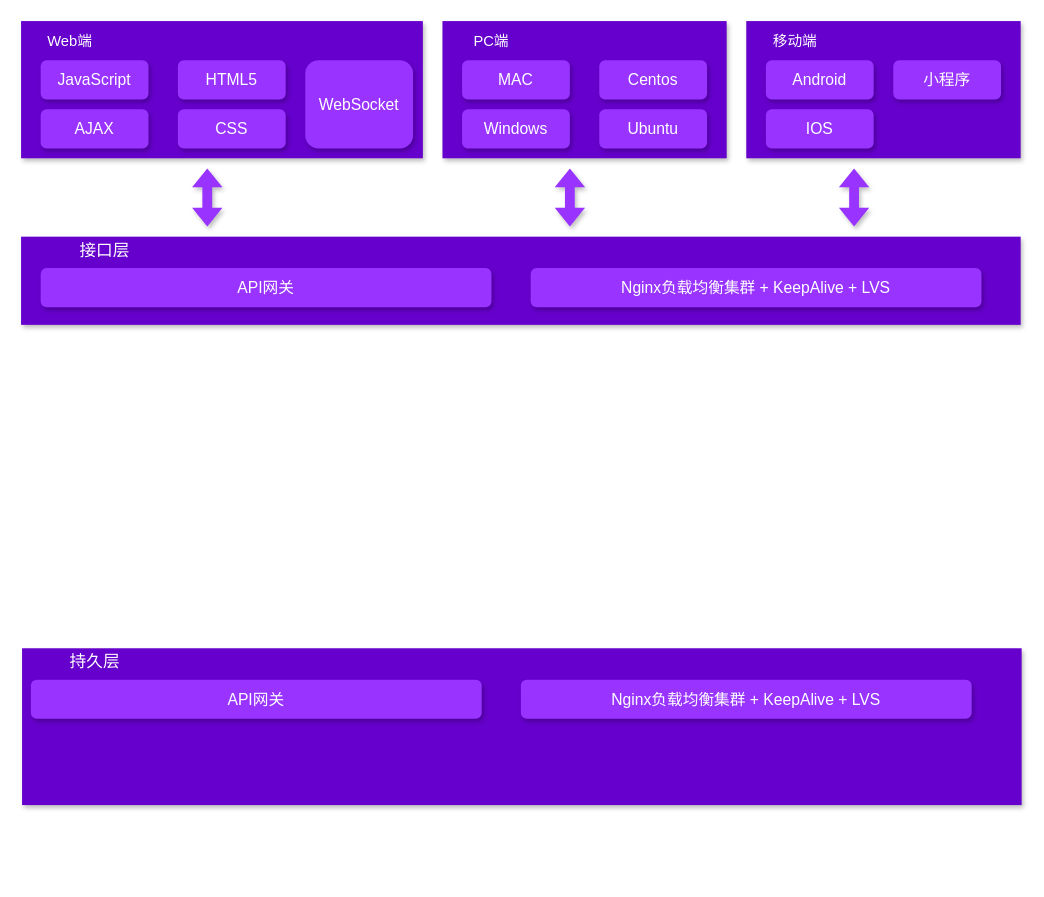
Earlier version of the draw.io diagram zhihuimingsheng_framework.drawio (cjaack2/Images_Repository). Source tidied: cells renumbered, new cells numbered last; positions are measured from the earlier drawing's top-left corner, leaving out a move shared by most shapes. Both pictures are drawn from the tidied source at 98%, with x=0, y=0 at pixel (21, 21).
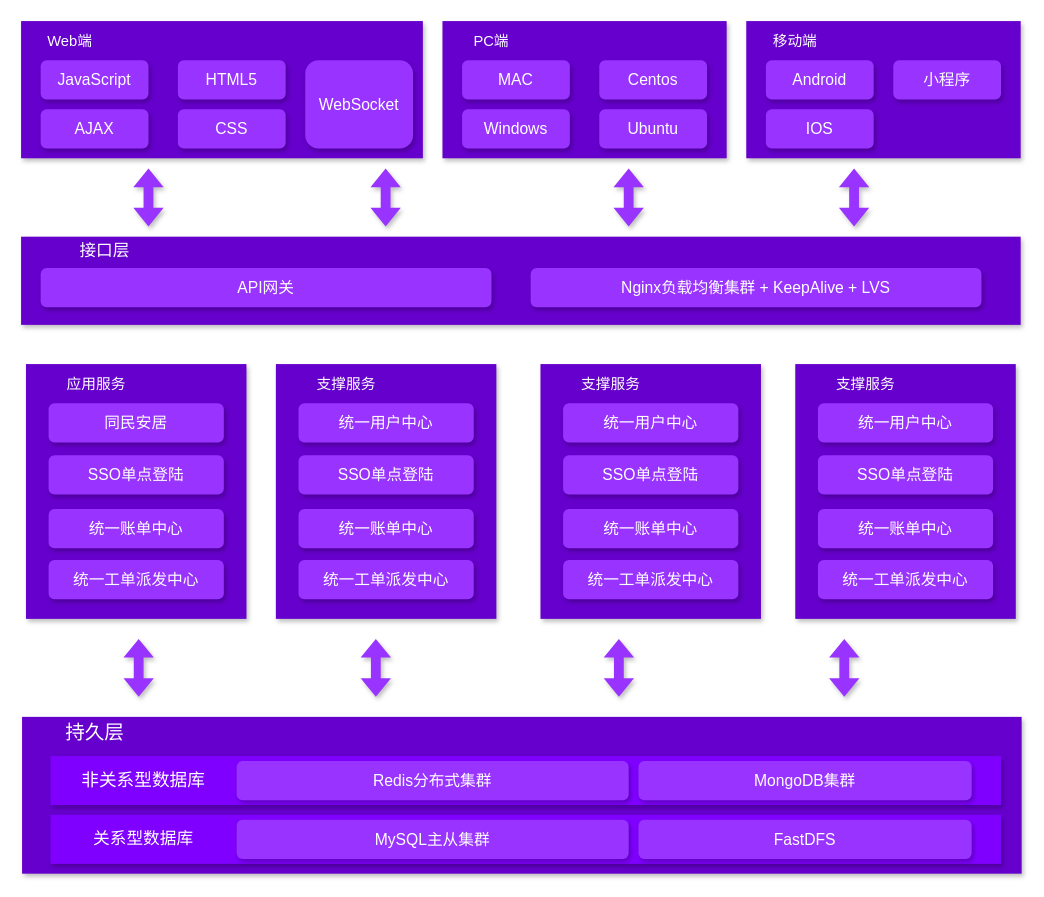
The same diagram, later.

Change to the diagram source:
```diff
@@
+    <mxCell id="34" style="group;" parent="1" vertex="1">
+      <mxGeometry x="5" y="350" width="225" height="260" as="geometry" />
+    </mxCell>
+    <mxCell id="35" style="rounded=0;whiteSpace=wrap;html=1;strokeColor=none;fillColor=#6600CC;shadow=1;glass=0;" parent="34" vertex="1">
+      <mxGeometry width="225" height="260" as="geometry" />
+    </mxCell>
+    <mxCell id="36" value="&lt;font style=&quot;font-size: 15px&quot; color=&quot;#ffffff&quot;&gt;应用服务&lt;/font&gt;" style="text;html=1;strokeColor=none;fillColor=none;align=center;verticalAlign=middle;whiteSpace=wrap;rounded=0;" parent="34" vertex="1">
+      <mxGeometry x="23.1" y="10" width="98.1" height="20" as="geometry" />
+    </mxCell>
+    <mxCell id="37" value="&lt;font color=&quot;#ffffff&quot;&gt;&lt;span style=&quot;font-size: 16px&quot;&gt;同民安居&lt;/span&gt;&lt;/font&gt;" style="rounded=1;whiteSpace=wrap;html=1;fillColor=#9933FF;strokeColor=none;shadow=1;" parent="34" vertex="1">
+      <mxGeometry x="23.1" y="40" width="178.8" height="40" as="geometry" />
+    </mxCell>
+    <mxCell id="38" value="&lt;font style=&quot;font-size: 16px&quot; color=&quot;#ffffff&quot;&gt;SSO单点登陆&lt;/font&gt;" style="rounded=1;whiteSpace=wrap;html=1;fillColor=#9933FF;strokeColor=none;shadow=1;" parent="34" vertex="1">
+      <mxGeometry x="23.1" y="93" width="178.8" height="40" as="geometry" />
+    </mxCell>
+    <mxCell id="39" value="&lt;font color=&quot;#ffffff&quot;&gt;&lt;span style=&quot;font-size: 16px&quot;&gt;统一账单中心&lt;/span&gt;&lt;/font&gt;" style="rounded=1;whiteSpace=wrap;html=1;fillColor=#9933FF;strokeColor=none;shadow=1;" parent="34" vertex="1">
+      <mxGeometry x="23.1" y="148" width="178.8" height="40" as="geometry" />
+    </mxCell>
+    <mxCell id="40" value="&lt;font style=&quot;font-size: 16px&quot; color=&quot;#ffffff&quot;&gt;统一工单派发中心&lt;/font&gt;" style="rounded=1;whiteSpace=wrap;html=1;fillColor=#9933FF;strokeColor=none;shadow=1;" parent="34" vertex="1">
+      <mxGeometry x="23.1" y="200" width="178.8" height="40" as="geometry" />
+    </mxCell>
+    <mxCell id="41" style="group;" parent="1" vertex="1">
+      <mxGeometry x="260" y="350" width="225" height="260" as="geometry" />
+    </mxCell>
+    <mxCell id="42" style="rounded=0;whiteSpace=wrap;html=1;strokeColor=none;fillColor=#6600CC;shadow=1;glass=0;" parent="41" vertex="1">
+      <mxGeometry width="225" height="260" as="geometry" />
+    </mxCell>
+    <mxCell id="43" value="&lt;font style=&quot;font-size: 15px&quot; color=&quot;#ffffff&quot;&gt;支撑服务&lt;/font&gt;" style="text;html=1;strokeColor=none;fillColor=none;align=center;verticalAlign=middle;whiteSpace=wrap;rounded=0;" parent="41" vertex="1">
+      <mxGeometry x="23.1" y="10" width="98.1" height="20" as="geometry" />
+    </mxCell>
+    <mxCell id="44" value="&lt;font style=&quot;font-size: 16px&quot; color=&quot;#ffffff&quot;&gt;统一用户中心&lt;/font&gt;" style="rounded=1;whiteSpace=wrap;html=1;fillColor=#9933FF;strokeColor=none;shadow=1;" parent="41" vertex="1">
+      <mxGeometry x="23.1" y="40" width="178.8" height="40" as="geometry" />
+    </mxCell>
+    <mxCell id="45" value="&lt;font style=&quot;font-size: 16px&quot; color=&quot;#ffffff&quot;&gt;SSO单点登陆&lt;/font&gt;" style="rounded=1;whiteSpace=wrap;html=1;fillColor=#9933FF;strokeColor=none;shadow=1;" parent="41" vertex="1">
+      <mxGeometry x="23.1" y="93" width="178.8" height="40" as="geometry" />
+    </mxCell>
+    <mxCell id="46" value="&lt;font color=&quot;#ffffff&quot;&gt;&lt;span style=&quot;font-size: 16px&quot;&gt;统一账单中心&lt;/span&gt;&lt;/font&gt;" style="rounded=1;whiteSpace=wrap;html=1;fillColor=#9933FF;strokeColor=none;shadow=1;" parent="41" vertex="1">
+      <mxGeometry x="23.1" y="148" width="178.8" height="40" as="geometry" />
+    </mxCell>
+    <mxCell id="47" value="&lt;font style=&quot;font-size: 16px&quot; color=&quot;#ffffff&quot;&gt;统一工单派发中心&lt;/font&gt;" style="rounded=1;whiteSpace=wrap;html=1;fillColor=#9933FF;strokeColor=none;shadow=1;" parent="41" vertex="1">
+      <mxGeometry x="23.1" y="200" width="178.8" height="40" as="geometry" />
+    </mxCell>
+    <mxCell id="48" style="group;" parent="1" vertex="1">
+      <mxGeometry x="530" y="350" width="225" height="260" as="geometry" />
+    </mxCell>
+    <mxCell id="49" style="rounded=0;whiteSpace=wrap;html=1;strokeColor=none;fillColor=#6600CC;shadow=1;glass=0;" parent="48" vertex="1">
+      <mxGeometry width="225" height="260" as="geometry" />
+    </mxCell>
+    <mxCell id="50" value="&lt;font style=&quot;font-size: 15px&quot; color=&quot;#ffffff&quot;&gt;支撑服务&lt;/font&gt;" style="text;html=1;strokeColor=none;fillColor=none;align=center;verticalAlign=middle;whiteSpace=wrap;rounded=0;" parent="48" vertex="1">
+      <mxGeometry x="23.1" y="10" width="98.1" height="20" as="geometry" />
+    </mxCell>
+    <mxCell id="51" value="&lt;font style=&quot;font-size: 16px&quot; color=&quot;#ffffff&quot;&gt;统一用户中心&lt;/font&gt;" style="rounded=1;whiteSpace=wrap;html=1;fillColor=#9933FF;strokeColor=none;shadow=1;" parent="48" vertex="1">
+      <mxGeometry x="23.1" y="40" width="178.8" height="40" as="geometry" />
+    </mxCell>
+    <mxCell id="52" value="&lt;font style=&quot;font-size: 16px&quot; color=&quot;#ffffff&quot;&gt;SSO单点登陆&lt;/font&gt;" style="rounded=1;whiteSpace=wrap;html=1;fillColor=#9933FF;strokeColor=none;shadow=1;" parent="48" vertex="1">
+      <mxGeometry x="23.1" y="93" width="178.8" height="40" as="geometry" />
+    </mxCell>
+    <mxCell id="53" value="&lt;font color=&quot;#ffffff&quot;&gt;&lt;span style=&quot;font-size: 16px&quot;&gt;统一账单中心&lt;/span&gt;&lt;/font&gt;" style="rounded=1;whiteSpace=wrap;html=1;fillColor=#9933FF;strokeColor=none;shadow=1;" parent="48" vertex="1">
+      <mxGeometry x="23.1" y="148" width="178.8" height="40" as="geometry" />
+    </mxCell>
+    <mxCell id="54" value="&lt;font style=&quot;font-size: 16px&quot; color=&quot;#ffffff&quot;&gt;统一工单派发中心&lt;/font&gt;" style="rounded=1;whiteSpace=wrap;html=1;fillColor=#9933FF;strokeColor=none;shadow=1;" parent="48" vertex="1">
+      <mxGeometry x="23.1" y="200" width="178.8" height="40" as="geometry" />
+    </mxCell>
+    <mxCell id="55" style="group;" parent="1" vertex="1">
+      <mxGeometry x="790" y="350" width="225" height="260" as="geometry" />
+    </mxCell>
+    <mxCell id="56" style="rounded=0;whiteSpace=wrap;html=1;strokeColor=none;fillColor=#6600CC;shadow=1;glass=0;" parent="55" vertex="1">
+      <mxGeometry width="225" height="260" as="geometry" />
+    </mxCell>
+    <mxCell id="57" value="&lt;font style=&quot;font-size: 15px&quot; color=&quot;#ffffff&quot;&gt;支撑服务&lt;/font&gt;" style="text;html=1;strokeColor=none;fillColor=none;align=center;verticalAlign=middle;whiteSpace=wrap;rounded=0;" parent="55" vertex="1">
+      <mxGeometry x="23.1" y="10" width="98.1" height="20" as="geometry" />
+    </mxCell>
+    <mxCell id="58" value="&lt;font style=&quot;font-size: 16px&quot; color=&quot;#ffffff&quot;&gt;统一用户中心&lt;/font&gt;" style="rounded=1;whiteSpace=wrap;html=1;fillColor=#9933FF;strokeColor=none;shadow=1;" parent="55" vertex="1">
+      <mxGeometry x="23.1" y="40" width="178.8" height="40" as="geometry" />
+    </mxCell>
+    <mxCell id="59" value="&lt;font style=&quot;font-size: 16px&quot; color=&quot;#ffffff&quot;&gt;SSO单点登陆&lt;/font&gt;" style="rounded=1;whiteSpace=wrap;html=1;fillColor=#9933FF;strokeColor=none;shadow=1;" parent="55" vertex="1">
+      <mxGeometry x="23.1" y="93" width="178.8" height="40" as="geometry" />
+    </mxCell>
+    <mxCell id="60" value="&lt;font color=&quot;#ffffff&quot;&gt;&lt;span style=&quot;font-size: 16px&quot;&gt;统一账单中心&lt;/span&gt;&lt;/font&gt;" style="rounded=1;whiteSpace=wrap;html=1;fillColor=#9933FF;strokeColor=none;shadow=1;" parent="55" vertex="1">
+      <mxGeometry x="23.1" y="148" width="178.8" height="40" as="geometry" />
+    </mxCell>
+    <mxCell id="61" value="&lt;font style=&quot;font-size: 16px&quot; color=&quot;#ffffff&quot;&gt;统一工单派发中心&lt;/font&gt;" style="rounded=1;whiteSpace=wrap;html=1;fillColor=#9933FF;strokeColor=none;shadow=1;" parent="55" vertex="1">
+      <mxGeometry x="23.1" y="200" width="178.8" height="40" as="geometry" />
+    </mxCell>
+    <mxCell id="62" style="group;" parent="1" vertex="1">
+      <mxGeometry x="1" y="710" width="1020" height="160" as="geometry" />
+    </mxCell>
+    <mxCell id="30" style="rounded=0;whiteSpace=wrap;html=1;strokeColor=none;fillColor=#6600CC;shadow=1;glass=0;" parent="62" vertex="1">
+      <mxGeometry width="1020" height="160" as="geometry" />
+    </mxCell>
+    <mxCell id="31" value="&lt;font style=&quot;font-size: 20px&quot; color=&quot;#ffffff&quot;&gt;持久层&lt;/font&gt;" style="text;html=1;strokeColor=none;fillColor=none;align=center;verticalAlign=middle;whiteSpace=wrap;rounded=0;" parent="62" vertex="1">
+      <mxGeometry y="5" width="149.3" height="20" as="geometry" />
+    </mxCell>
+    <mxCell id="63" style="group;" parent="62" vertex="1">
+      <mxGeometry x="29" y="40" width="970" height="50" as="geometry" />
+    </mxCell>
+    <mxCell id="64" style="rounded=0;whiteSpace=wrap;html=1;shadow=1;glass=0;fillColor=#7F00FF;strokeColor=none;" parent="63" vertex="1">
+      <mxGeometry width="970" height="50" as="geometry" />
+    </mxCell>
+    <mxCell id="32" value="&lt;font style=&quot;font-size: 16px&quot; color=&quot;#ffffff&quot;&gt;Redis分布式集群&lt;/font&gt;" style="rounded=1;whiteSpace=wrap;html=1;fillColor=#9933FF;strokeColor=none;shadow=1;" parent="63" vertex="1">
+      <mxGeometry x="190" y="5" width="400" height="40" as="geometry" />
+    </mxCell>
+    <mxCell id="65" value="&lt;font style=&quot;font-size: 16px&quot; color=&quot;#ffffff&quot;&gt;MongoDB集群&lt;/font&gt;" style="rounded=1;whiteSpace=wrap;html=1;fillColor=#9933FF;strokeColor=none;shadow=1;" parent="63" vertex="1">
+      <mxGeometry x="600" y="5" width="340" height="40" as="geometry" />
+    </mxCell>
+    <mxCell id="66" value="&lt;font color=&quot;#ffffff&quot; style=&quot;font-size: 18px&quot;&gt;非关系型数据库&lt;/font&gt;" style="text;html=1;strokeColor=none;fillColor=none;align=center;verticalAlign=middle;whiteSpace=wrap;rounded=0;shadow=1;glass=0;" parent="63" vertex="1">
+      <mxGeometry x="20" y="15" width="150" height="20" as="geometry" />
+    </mxCell>
+    <mxCell id="67" style="group;" parent="62" vertex="1">
+      <mxGeometry x="29" y="100" width="970" height="50" as="geometry" />
+    </mxCell>
+    <mxCell id="68" style="rounded=0;whiteSpace=wrap;html=1;shadow=1;glass=0;fillColor=#7F00FF;strokeColor=none;" parent="67" vertex="1">
+      <mxGeometry width="970" height="50" as="geometry" />
+    </mxCell>
+    <mxCell id="69" value="&lt;font color=&quot;#ffffff&quot;&gt;&lt;span style=&quot;font-size: 16px&quot;&gt;MySQL主从集群&lt;/span&gt;&lt;/font&gt;" style="rounded=1;whiteSpace=wrap;html=1;fillColor=#9933FF;strokeColor=none;shadow=1;" parent="67" vertex="1">
+      <mxGeometry x="190" y="5" width="400" height="40" as="geometry" />
+    </mxCell>
+    <mxCell id="70" value="&lt;font style=&quot;font-size: 16px&quot; color=&quot;#ffffff&quot;&gt;FastDFS&lt;/font&gt;" style="rounded=1;whiteSpace=wrap;html=1;fillColor=#9933FF;strokeColor=none;shadow=1;" parent="67" vertex="1">
+      <mxGeometry x="600" y="5" width="340" height="40" as="geometry" />
+    </mxCell>
+    <mxCell id="71" value="&lt;font color=&quot;#ffffff&quot; style=&quot;font-size: 17px&quot;&gt;关系型数据库&lt;/font&gt;" style="text;html=1;strokeColor=none;fillColor=none;align=center;verticalAlign=middle;whiteSpace=wrap;rounded=0;shadow=1;glass=0;" parent="67" vertex="1">
+      <mxGeometry x="20" y="15" width="150" height="20" as="geometry" />
+    </mxCell>
+    <mxCell id="72" style="group;" parent="1" vertex="1">
+      <mxGeometry x="130" y="150" width="720" height="60" as="geometry" />
+    </mxCell>
-    <mxCell id="27" style="shape=flexArrow;endArrow=classic;startArrow=classic;html=1;fillColor=#9933FF;strokeColor=none;shadow=1;rounded=0;" parent="1" edge="1">
+    <mxCell id="27" style="shape=flexArrow;endArrow=classic;startArrow=classic;html=1;fillColor=#9933FF;strokeColor=none;shadow=1;rounded=0;" parent="72" edge="1">
       <mxGeometry relative="1" as="geometry">
-        <mxPoint x="190" y="210" as="sourcePoint" />
-        <mxPoint x="190" y="150" as="targetPoint" />
+        <mxPoint y="60" as="sourcePoint" />
+        <mxPoint as="targetPoint" />
       </mxGeometry>
     </mxCell>
-    <mxCell id="28" style="shape=flexArrow;endArrow=classic;startArrow=classic;html=1;fillColor=#9933FF;strokeColor=none;shadow=1;rounded=0;" parent="1" edge="1">
+    <mxCell id="28" style="shape=flexArrow;endArrow=classic;startArrow=classic;html=1;fillColor=#9933FF;strokeColor=none;shadow=1;rounded=0;" parent="72" edge="1">
       <mxGeometry relative="1" as="geometry">
-        <mxPoint x="850" y="210" as="sourcePoint" />
-        <mxPoint x="850" y="150" as="targetPoint" />
+        <mxPoint x="720" y="60" as="sourcePoint" />
+        <mxPoint x="720" as="targetPoint" />
       </mxGeometry>
     </mxCell>
-    <mxCell id="29" style="shape=flexArrow;endArrow=classic;startArrow=classic;html=1;fillColor=#9933FF;strokeColor=none;shadow=1;rounded=0;" parent="1" edge="1">
+    <mxCell id="29" style="shape=flexArrow;endArrow=classic;startArrow=classic;html=1;fillColor=#9933FF;strokeColor=none;shadow=1;rounded=0;" parent="72" edge="1">
       <mxGeometry relative="1" as="geometry">
-        <mxPoint x="560" y="210" as="sourcePoint" />
-        <mxPoint x="560" y="150" as="targetPoint" />
+        <mxPoint x="490" y="60" as="sourcePoint" />
+        <mxPoint x="490" as="targetPoint" />
       </mxGeometry>
     </mxCell>
-    <mxCell id="30" style="rounded=0;whiteSpace=wrap;html=1;strokeColor=none;fillColor=#6600CC;shadow=1;glass=0;" parent="1" vertex="1">
-      <mxGeometry x="1" y="640" width="1020" height="160" as="geometry" />
-    </mxCell>
-    <mxCell id="31" value="&lt;font style=&quot;font-size: 17px&quot; color=&quot;#ffffff&quot;&gt;持久层&lt;/font&gt;" style="text;html=1;strokeColor=none;fillColor=none;align=center;verticalAlign=middle;whiteSpace=wrap;rounded=0;" parent="1" vertex="1">
-      <mxGeometry x="1" y="645" width="149.3" height="20" as="geometry" />
-    </mxCell>
-    <mxCell id="32" value="&lt;font style=&quot;font-size: 16px&quot; color=&quot;#ffffff&quot;&gt;API网关&lt;/font&gt;" style="rounded=1;whiteSpace=wrap;html=1;fillColor=#9933FF;strokeColor=none;shadow=1;" parent="1" vertex="1">
-      <mxGeometry x="10" y="672" width="460" height="40" as="geometry" />
-    </mxCell>
-    <mxCell id="33" value="&lt;font style=&quot;font-size: 16px&quot; color=&quot;#ffffff&quot;&gt;Nginx负载均衡集群 + KeepAlive + LVS&lt;/font&gt;" style="rounded=1;whiteSpace=wrap;html=1;fillColor=#9933FF;strokeColor=none;shadow=1;" parent="1" vertex="1">
-      <mxGeometry x="510" y="672" width="460" height="40" as="geometry" />
-    </mxCell>
+    <mxCell id="73" style="shape=flexArrow;endArrow=classic;startArrow=classic;html=1;fillColor=#9933FF;strokeColor=none;shadow=1;rounded=0;" parent="72" edge="1">
+      <mxGeometry relative="1" as="geometry">
+        <mxPoint x="242" y="60" as="sourcePoint" />
+        <mxPoint x="242" as="targetPoint" />
+      </mxGeometry>
+    </mxCell>
+    <mxCell id="74" style="group;" parent="1" vertex="1">
+      <mxGeometry x="120" y="630" width="720" height="60" as="geometry" />
+    </mxCell>
+    <mxCell id="75" style="shape=flexArrow;endArrow=classic;startArrow=classic;html=1;fillColor=#9933FF;strokeColor=none;shadow=1;rounded=0;" parent="74" edge="1">
+      <mxGeometry relative="1" as="geometry">
+        <mxPoint y="60" as="sourcePoint" />
+        <mxPoint as="targetPoint" />
+      </mxGeometry>
+    </mxCell>
+    <mxCell id="76" style="shape=flexArrow;endArrow=classic;startArrow=classic;html=1;fillColor=#9933FF;strokeColor=none;shadow=1;rounded=0;" parent="74" edge="1">
+      <mxGeometry relative="1" as="geometry">
+        <mxPoint x="720" y="60" as="sourcePoint" />
+        <mxPoint x="720" as="targetPoint" />
+      </mxGeometry>
+    </mxCell>
+    <mxCell id="77" style="shape=flexArrow;endArrow=classic;startArrow=classic;html=1;fillColor=#9933FF;strokeColor=none;shadow=1;rounded=0;" parent="74" edge="1">
+      <mxGeometry relative="1" as="geometry">
+        <mxPoint x="490" y="60" as="sourcePoint" />
+        <mxPoint x="490" as="targetPoint" />
+      </mxGeometry>
+    </mxCell>
+    <mxCell id="78" style="shape=flexArrow;endArrow=classic;startArrow=classic;html=1;fillColor=#9933FF;strokeColor=none;shadow=1;rounded=0;" parent="74" edge="1">
+      <mxGeometry relative="1" as="geometry">
+        <mxPoint x="242" y="60" as="sourcePoint" />
+        <mxPoint x="242" as="targetPoint" />
+      </mxGeometry>
+    </mxCell>
```
